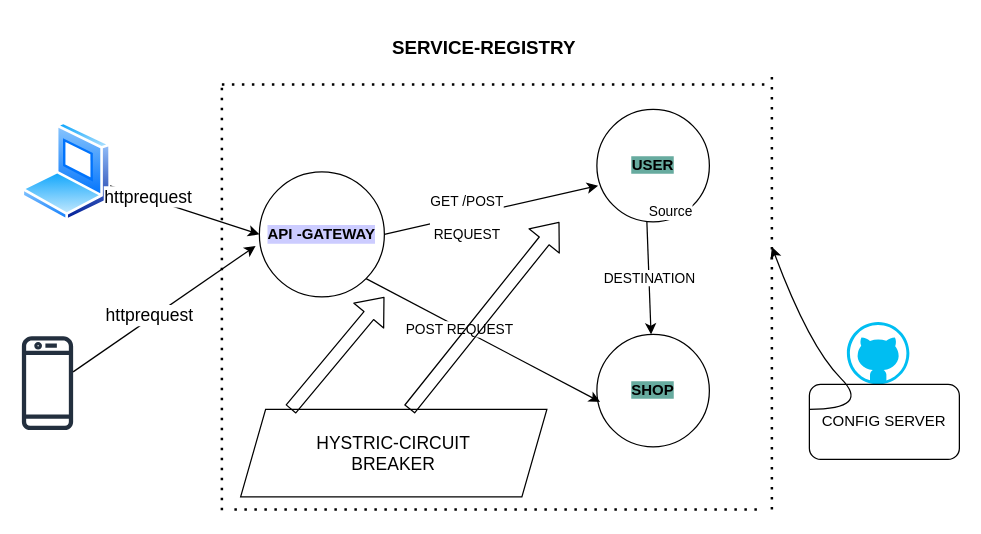
Above: ARCHITECTURE.drawio in Raj2001-cel/apnabillmicroservices (draw.io), before the change. Source tidied: cells renumbered, new cells numbered last; positions are measured from the earlier drawing's top-left corner, leaving out a move shared by most shapes. Both pictures are drawn from the tidied source at 125%, with x=0, y=0 at pixel (21, 21).
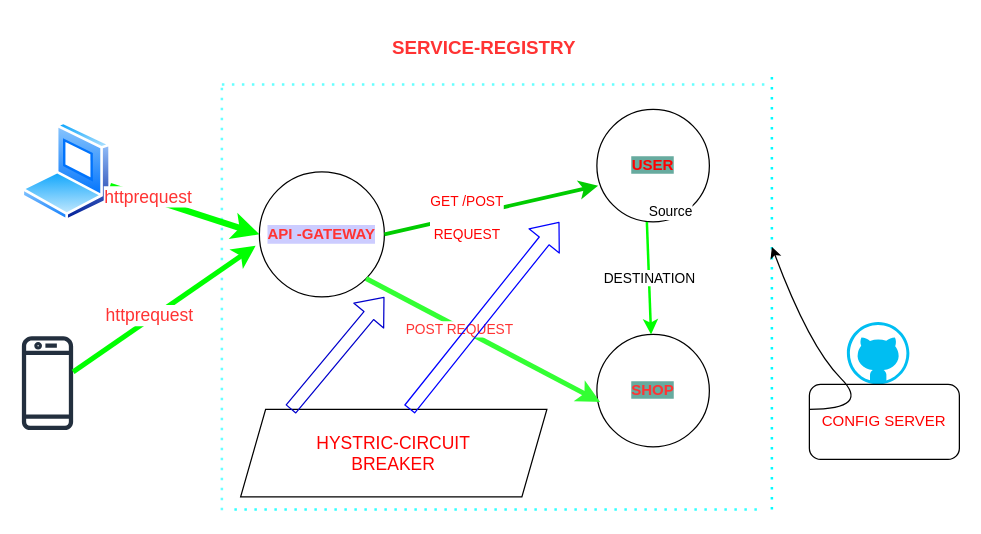
After the change.

The change refers to these unchanged cells:
```xml
<mxCell id="20" style="perimeter=ellipsePerimeter;html=1;align=center;shadow=0;dashed=0;spacingTop=3;image;image=img/lib/active_directory/laptop_client.svg;" parent="1" vertex="1">
  <mxGeometry y="80" width="72" height="80" as="geometry" />
</mxCell>
```

The edit, as a diff of the source:
```diff
@@
-    <mxCell id="2" value="&lt;b style=&quot;background-color: rgb(103 , 171 , 159)&quot;&gt;USER&lt;/b&gt;" style="ellipse;whiteSpace=wrap;html=1;" parent="1" vertex="1">
+    <mxCell id="2" value="&lt;b style=&quot;background-color: rgb(103 , 171 , 159)&quot;&gt;&lt;font color=&quot;#ff0000&quot;&gt;USER&lt;/font&gt;&lt;/b&gt;" style="ellipse;whiteSpace=wrap;html=1;" parent="1" vertex="1">
       <mxGeometry x="460" y="70" width="90" height="90" as="geometry" />
     </mxCell>
-    <mxCell id="3" value="&lt;b style=&quot;background-color: rgb(103 , 171 , 159)&quot;&gt;SHOP&lt;/b&gt;" style="ellipse;whiteSpace=wrap;html=1;" parent="1" vertex="1">
+    <mxCell id="3" value="&lt;b style=&quot;background-color: rgb(103 , 171 , 159)&quot;&gt;&lt;font color=&quot;#ff3333&quot;&gt;SHOP&lt;/font&gt;&lt;/b&gt;" style="ellipse;whiteSpace=wrap;html=1;" parent="1" vertex="1">
       <mxGeometry x="460" y="250" width="90" height="90" as="geometry" />
     </mxCell>
-    <mxCell id="4" value="&lt;b&gt;API -GATEWAY&lt;/b&gt;" style="ellipse;whiteSpace=wrap;html=1;labelBackgroundColor=#CCCCFF;" parent="1" vertex="1">
+    <mxCell id="4" value="&lt;b&gt;&lt;font color=&quot;#ff3333&quot;&gt;API -GATEWAY&lt;/font&gt;&lt;/b&gt;" style="ellipse;whiteSpace=wrap;html=1;labelBackgroundColor=#CCCCFF;" parent="1" vertex="1">
       <mxGeometry x="190" y="120" width="100" height="100" as="geometry" />
     </mxCell>
-    <mxCell id="5" style="endArrow=classic;html=1;" parent="1" edge="1">
+    <mxCell id="5" style="endArrow=classic;html=1;strokeWidth=3;strokeColor=#00CC00;" parent="1" edge="1">
       <mxGeometry relative="1" as="geometry">
         <mxPoint x="290" y="170" as="sourcePoint" />
         <mxPoint x="461" y="131" as="targetPoint" />
       </mxGeometry>
     </mxCell>
-    <mxCell id="6" value="GET /POST &lt;br&gt;&lt;br&gt;REQUEST" style="edgeLabel;html=1;align=center;verticalAlign=middle;" parent="5" vertex="1">
+    <mxCell id="6" value="&lt;font color=&quot;#ff0000&quot;&gt;GET /POST &lt;br&gt;&lt;br&gt;REQUEST&lt;/font&gt;" style="edgeLabel;html=1;align=center;verticalAlign=middle;" parent="5" vertex="1">
       <mxGeometry x="-0.24" y="-1" relative="1" as="geometry" />
     </mxCell>
-    <mxCell id="7" style="endArrow=classic;html=1;entryX=0.029;entryY=0.6;entryDx=0;entryDy=0;entryPerimeter=0;exitX=1;exitY=1;exitDx=0;exitDy=0;" parent="1" edge="1" source="4" target="3">
+    <mxCell id="7" style="endArrow=classic;html=1;entryX=0.029;entryY=0.6;entryDx=0;entryDy=0;entryPerimeter=0;exitX=1;exitY=1;exitDx=0;exitDy=0;strokeWidth=4;strokeColor=#33FF33;" parent="1" edge="1" source="4" target="3">
       <mxGeometry relative="1" as="geometry" />
     </mxCell>
-    <mxCell id="8" value="POST REQUEST&lt;br&gt;" style="edgeLabel;html=1;align=center;verticalAlign=middle;" parent="7" vertex="1">
+    <mxCell id="8" value="&lt;font color=&quot;#ff3333&quot;&gt;POST REQUEST&lt;/font&gt;" style="edgeLabel;html=1;align=center;verticalAlign=middle;" parent="7" vertex="1">
       <mxGeometry x="-0.21" y="-1" relative="1" as="geometry" />
     </mxCell>
-    <mxCell id="9" style="endArrow=none;dashed=1;html=1;dashPattern=1 3;strokeWidth=2;" parent="1" edge="1">
+    <mxCell id="9" style="endArrow=none;dashed=1;html=1;dashPattern=1 3;strokeWidth=2;strokeColor=#66FFFF;" parent="1" edge="1">
       <mxGeometry relative="1" as="geometry">
         <mxPoint x="160" y="50" as="sourcePoint" />
         <mxPoint x="600" y="50" as="targetPoint" />
       </mxGeometry>
     </mxCell>
-    <mxCell id="10" style="endArrow=none;dashed=1;html=1;dashPattern=1 3;strokeWidth=2;" parent="1" edge="1">
+    <mxCell id="10" style="endArrow=none;dashed=1;html=1;dashPattern=1 3;strokeWidth=2;strokeColor=#66FFFF;" parent="1" edge="1">
       <mxGeometry relative="1" as="geometry">
         <mxPoint x="160" y="390.6" as="sourcePoint" />
         <mxPoint x="160" y="50" as="targetPoint" />
       </mxGeometry>
     </mxCell>
-    <mxCell id="11" style="endArrow=none;dashed=1;html=1;dashPattern=1 3;strokeWidth=2;" parent="1" edge="1">
+    <mxCell id="11" style="endArrow=none;dashed=1;html=1;dashPattern=1 3;strokeWidth=2;strokeColor=#33FFFF;" parent="1" edge="1">
       <mxGeometry relative="1" as="geometry">
         <mxPoint x="170" y="390" as="sourcePoint" />
         <mxPoint x="590" y="390" as="targetPoint" />
       </mxGeometry>
     </mxCell>
-    <mxCell id="12" style="endArrow=none;dashed=1;html=1;dashPattern=1 3;strokeWidth=2;" parent="1" edge="1">
+    <mxCell id="12" style="endArrow=none;dashed=1;html=1;dashPattern=1 3;strokeWidth=2;strokeColor=#00FFFF;" parent="1" edge="1">
       <mxGeometry relative="1" as="geometry">
         <mxPoint x="600" y="390" as="sourcePoint" />
         <mxPoint x="600" y="40" as="targetPoint" />
       </mxGeometry>
     </mxCell>
-    <mxCell id="13" value="&lt;font style=&quot;font-size: 15px&quot;&gt;SERVICE-REGISTRY&lt;/font&gt;" style="text;html=1;strokeColor=none;fillColor=none;align=center;verticalAlign=middle;whiteSpace=wrap;rounded=0;fontStyle=1;" parent="1" vertex="1">
+    <mxCell id="13" value="&lt;font style=&quot;font-size: 15px&quot; color=&quot;#ff3333&quot;&gt;SERVICE-REGISTRY&lt;/font&gt;" style="text;html=1;strokeColor=none;fillColor=none;align=center;verticalAlign=middle;whiteSpace=wrap;rounded=0;fontStyle=1;" parent="1" vertex="1">
       <mxGeometry x="250" width="240" height="40" as="geometry" />
     </mxCell>
-    <mxCell id="14" style="endArrow=classic;html=1;" parent="1" edge="1" target="3">
+    <mxCell id="14" style="endArrow=classic;html=1;strokeWidth=2;strokeColor=#00FF00;" parent="1" edge="1" target="3">
       <mxGeometry relative="1" as="geometry">
         <mxPoint x="500" y="160" as="sourcePoint" />
       </mxGeometry>
     </mxCell>
@@
-    <mxCell id="18" value="CONFIG SERVER" style="rounded=1;whiteSpace=wrap;html=1;" parent="1" vertex="1">
+    <mxCell id="18" value="&lt;font color=&quot;#ff0000&quot;&gt;CONFIG SERVER&lt;/font&gt;" style="rounded=1;whiteSpace=wrap;html=1;" parent="1" vertex="1">
       <mxGeometry x="630" y="290" width="120" height="60" as="geometry" />
     </mxCell>
@@
-    <mxCell id="22" style="endArrow=classic;html=1;entryX=0;entryY=0.5;entryDx=0;entryDy=0;" parent="1" edge="1" source="20" target="4">
+    <mxCell id="22" style="endArrow=classic;html=1;entryX=0;entryY=0.5;entryDx=0;entryDy=0;strokeWidth=5;strokeColor=#00FF00;" parent="1" edge="1" source="20" target="4">
       <mxGeometry relative="1" as="geometry" />
     </mxCell>
-    <mxCell id="23" value="httprequest" style="edgeLabel;html=1;align=center;verticalAlign=middle;fontSize=14;" parent="22" vertex="1">
+    <mxCell id="23" value="&lt;font color=&quot;#ff3333&quot;&gt;httprequest&lt;/font&gt;" style="edgeLabel;html=1;align=center;verticalAlign=middle;fontSize=14;" parent="22" vertex="1">
       <mxGeometry x="-0.51" y="1" relative="1" as="geometry" />
     </mxCell>
-    <mxCell id="24" style="endArrow=classic;html=1;entryX=-0.03;entryY=0.592;entryDx=0;entryDy=0;entryPerimeter=0;" parent="1" edge="1" target="4">
+    <mxCell id="24" style="endArrow=classic;html=1;entryX=-0.03;entryY=0.592;entryDx=0;entryDy=0;entryPerimeter=0;strokeWidth=4;strokeColor=#00FF00;" parent="1" edge="1" target="4">
       <mxGeometry relative="1" as="geometry">
         <mxPoint x="41" y="280" as="sourcePoint" />
       </mxGeometry>
     </mxCell>
-    <mxCell id="25" value="&lt;font style=&quot;font-size: 14px&quot;&gt;httprequest&lt;/font&gt;" style="edgeLabel;html=1;align=center;verticalAlign=middle;" parent="24" vertex="1">
+    <mxCell id="25" value="&lt;font style=&quot;font-size: 14px&quot; color=&quot;#ff3333&quot;&gt;httprequest&lt;/font&gt;" style="edgeLabel;html=1;align=center;verticalAlign=middle;" parent="24" vertex="1">
       <mxGeometry x="-0.15" y="3" relative="1" as="geometry" />
     </mxCell>
-    <mxCell id="26" value="&lt;span style=&quot;&quot;&gt;HYSTRIC-CIRCUIT &lt;br&gt;BREAKER&lt;/span&gt;" style="shape=parallelogram;perimeter=parallelogramPerimeter;whiteSpace=wrap;html=1;fixedSize=1;labelBackgroundColor=none;fontSize=14;" parent="1" vertex="1">
+    <mxCell id="26" value="&lt;span&gt;&lt;font color=&quot;#ff0000&quot;&gt;HYSTRIC-CIRCUIT &lt;br&gt;BREAKER&lt;/font&gt;&lt;/span&gt;" style="shape=parallelogram;perimeter=parallelogramPerimeter;whiteSpace=wrap;html=1;fixedSize=1;labelBackgroundColor=none;fontSize=14;" parent="1" vertex="1">
       <mxGeometry x="175" y="310" width="245" height="70" as="geometry" />
     </mxCell>
-    <mxCell id="27" style="shape=flexArrow;endArrow=classic;html=1;fontSize=14;" parent="1" edge="1">
+    <mxCell id="27" style="shape=flexArrow;endArrow=classic;html=1;fontSize=14;strokeColor=#0000CC;" parent="1" edge="1">
       <mxGeometry relative="1" as="geometry">
         <mxPoint x="215" y="310" as="sourcePoint" />
         <mxPoint x="290" y="220" as="targetPoint" />
       </mxGeometry>
     </mxCell>
-    <mxCell id="28" style="shape=flexArrow;endArrow=classic;html=1;fontSize=14;" parent="1" edge="1">
+    <mxCell id="28" style="shape=flexArrow;endArrow=classic;html=1;fontSize=14;strokeColor=#0000FF;" parent="1" edge="1">
       <mxGeometry relative="1" as="geometry">
         <mxPoint x="310" y="310" as="sourcePoint" />
         <mxPoint x="430" y="160" as="targetPoint" />
       </mxGeometry>
     </mxCell>
```
